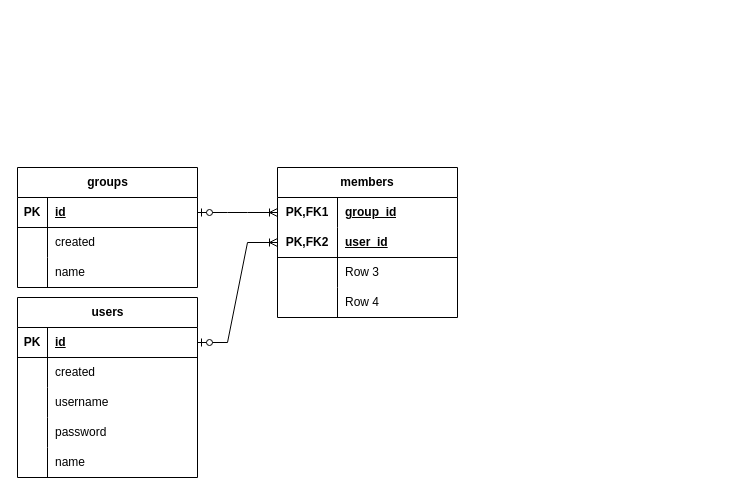
Before: ER.drawio in vovka1200/tpss-plaster, a draw.io diagram. Source tidied: cells renumbered, new cells numbered last; positions are measured from the earlier drawing's top-left corner, leaving out a move shared by most shapes. Both pictures are drawn from the tidied source at 100%, with x=0, y=0 at pixel (17, 167).
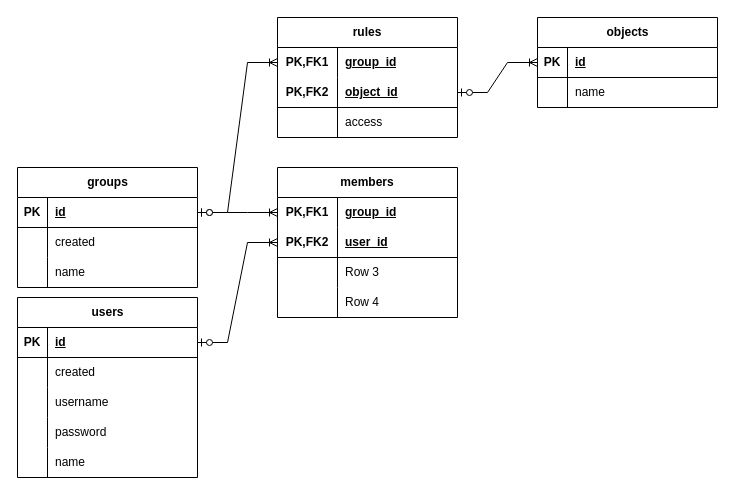
After the change.

Commit message:
ER diagram added tables

Unchanged cells that the change refers to:
```xml
<mxCell id="3" style="shape=tableRow;horizontal=0;startSize=0;swimlaneHead=0;swimlaneBody=0;fillColor=none;points=[[0,0.5],[1,0.5]];portConstraint=eastwest;top=0;left=0;right=0;bottom=0;html=1;" parent="2" vertex="1">
  <mxGeometry y="30" width="180" height="30" as="geometry" />
</mxCell>
<mxCell id="6" style="shape=tableRow;horizontal=0;startSize=0;swimlaneHead=0;swimlaneBody=0;fillColor=none;points=[[0,0.5],[1,0.5]];portConstraint=eastwest;top=0;left=0;right=0;bottom=1;html=1;" parent="2" vertex="1">
  <mxGeometry y="60" width="180" height="30" as="geometry" />
</mxCell>
<mxCell id="16" style="shape=tableRow;horizontal=0;startSize=0;swimlaneHead=0;swimlaneBody=0;fillColor=none;points=[[0,0.5],[1,0.5]];portConstraint=eastwest;top=0;left=0;right=0;bottom=1;" parent="15" vertex="1">
  <mxGeometry y="30" width="180" height="30" as="geometry" />
</mxCell>
<mxCell id="33" style="shape=tableRow;horizontal=0;startSize=0;swimlaneHead=0;swimlaneBody=0;fillColor=none;points=[[0,0.5],[1,0.5]];portConstraint=eastwest;top=0;left=0;right=0;bottom=1;" parent="32" vertex="1">
  <mxGeometry y="30" width="180" height="30" as="geometry" />
</mxCell>
```

Change to the diagram source:
```diff
@@
-    <mxCell id="31" style="edgeStyle=entityRelationEdgeStyle;fontSize=12;html=1;endArrow=ERoneToMany;startArrow=ERzeroToOne;rounded=0;exitX=1;exitY=0.5;exitDx=0;exitDy=0;entryX=0;entryY=0.5;entryDx=0;entryDy=0;" parent="1" edge="1" source="16" target="6">
+    <mxCell id="31" style="edgeStyle=entityRelationEdgeStyle;fontSize=12;html=1;endArrow=ERoneToMany;startArrow=ERzeroToOne;rounded=0;" parent="1" edge="1" source="16" target="6">
       <mxGeometry relative="1" as="geometry" />
     </mxCell>
@@
-    <mxCell id="42" style="edgeStyle=entityRelationEdgeStyle;fontSize=12;html=1;endArrow=ERoneToMany;startArrow=ERzeroToOne;rounded=0;exitX=1;exitY=0.5;exitDx=0;exitDy=0;entryX=0;entryY=0.5;entryDx=0;entryDy=0;" parent="1" edge="1" source="33" target="3">
+    <mxCell id="42" style="edgeStyle=entityRelationEdgeStyle;fontSize=12;html=1;endArrow=ERoneToMany;startArrow=ERzeroToOne;rounded=0;" parent="1" edge="1" source="33" target="3">
       <mxGeometry relative="1" as="geometry" />
     </mxCell>
+    <mxCell id="43" value="objects" style="shape=table;startSize=30;childLayout=tableLayout;rowLines=0;fontStyle=1;align=center;html=1;" parent="1" vertex="1">
+      <mxGeometry x="520" y="-150" width="180" height="90" as="geometry" />
+    </mxCell>
+    <mxCell id="44" style="shape=tableRow;horizontal=0;startSize=0;swimlaneHead=0;swimlaneBody=0;fillColor=none;points=[[0,0.5],[1,0.5]];portConstraint=eastwest;top=0;left=0;right=0;bottom=1;" parent="43" vertex="1">
+      <mxGeometry y="30" width="180" height="30" as="geometry" />
+    </mxCell>
+    <mxCell id="45" value="PK" style="shape=partialRectangle;fillColor=none;top=0;left=0;bottom=0;right=0;fontStyle=1;overflow=hidden;whiteSpace=wrap;html=1;" parent="44" vertex="1">
+      <mxGeometry width="30" height="30" as="geometry" />
+    </mxCell>
+    <mxCell id="46" value="id" style="shape=partialRectangle;fillColor=none;top=0;left=0;bottom=0;right=0;align=left;spacingLeft=6;fontStyle=5;overflow=hidden;whiteSpace=wrap;html=1;" parent="44" vertex="1">
+      <mxGeometry x="30" width="150" height="30" as="geometry" />
+    </mxCell>
+    <mxCell id="47" style="shape=tableRow;horizontal=0;startSize=0;swimlaneHead=0;swimlaneBody=0;fillColor=none;top=0;left=0;right=0;bottom=0;" parent="43" vertex="1">
+      <mxGeometry y="60" width="180" height="30" as="geometry" />
+    </mxCell>
+    <mxCell id="48" style="shape=partialRectangle;fillColor=none;top=0;left=0;bottom=0;right=0;overflow=hidden;whiteSpace=wrap;html=1;" parent="47" vertex="1">
+      <mxGeometry width="30" height="30" as="geometry" />
+    </mxCell>
+    <mxCell id="49" value="name" style="shape=partialRectangle;fillColor=none;top=0;left=0;bottom=0;right=0;align=left;spacingLeft=6;overflow=hidden;whiteSpace=wrap;html=1;" parent="47" vertex="1">
+      <mxGeometry x="30" width="150" height="30" as="geometry" />
+    </mxCell>
+    <mxCell id="50" value="rules" style="shape=table;startSize=30;childLayout=tableLayout;rowLines=0;fontStyle=1;align=center;html=1;whiteSpace=wrap;" parent="1" vertex="1">
+      <mxGeometry x="260" y="-150" width="180" height="120" as="geometry" />
+    </mxCell>
+    <mxCell id="51" style="shape=tableRow;horizontal=0;startSize=0;swimlaneHead=0;swimlaneBody=0;fillColor=none;points=[[0,0.5],[1,0.5]];portConstraint=eastwest;top=0;left=0;right=0;bottom=0;html=1;" parent="50" vertex="1">
+      <mxGeometry y="30" width="180" height="30" as="geometry" />
+    </mxCell>
+    <mxCell id="52" value="PK,FK1" style="shape=partialRectangle;fillColor=none;top=0;left=0;bottom=0;right=0;fontStyle=1;overflow=hidden;html=1;whiteSpace=wrap;" parent="51" vertex="1">
+      <mxGeometry width="60" height="30" as="geometry" />
+    </mxCell>
+    <mxCell id="53" value="group_id" style="shape=partialRectangle;fillColor=none;top=0;left=0;bottom=0;right=0;align=left;spacingLeft=6;fontStyle=5;overflow=hidden;html=1;whiteSpace=wrap;" parent="51" vertex="1">
+      <mxGeometry x="60" width="120" height="30" as="geometry" />
+    </mxCell>
+    <mxCell id="54" style="shape=tableRow;horizontal=0;startSize=0;swimlaneHead=0;swimlaneBody=0;fillColor=none;points=[[0,0.5],[1,0.5]];portConstraint=eastwest;top=0;left=0;right=0;bottom=1;html=1;" parent="50" vertex="1">
+      <mxGeometry y="60" width="180" height="30" as="geometry" />
+    </mxCell>
+    <mxCell id="55" value="PK,FK2" style="shape=partialRectangle;fillColor=none;top=0;left=0;bottom=0;right=0;fontStyle=1;overflow=hidden;html=1;whiteSpace=wrap;" parent="54" vertex="1">
+      <mxGeometry width="60" height="30" as="geometry" />
+    </mxCell>
+    <mxCell id="56" value="object_id" style="shape=partialRectangle;fillColor=none;top=0;left=0;bottom=0;right=0;align=left;spacingLeft=6;fontStyle=5;overflow=hidden;html=1;whiteSpace=wrap;" parent="54" vertex="1">
+      <mxGeometry x="60" width="120" height="30" as="geometry" />
+    </mxCell>
+    <mxCell id="57" style="shape=tableRow;horizontal=0;startSize=0;swimlaneHead=0;swimlaneBody=0;fillColor=none;top=0;left=0;right=0;bottom=0;html=1;" parent="50" vertex="1">
+      <mxGeometry y="90" width="180" height="30" as="geometry" />
+    </mxCell>
+    <mxCell id="58" style="shape=partialRectangle;fillColor=none;top=0;left=0;bottom=0;right=0;overflow=hidden;html=1;whiteSpace=wrap;" parent="57" vertex="1">
+      <mxGeometry width="60" height="30" as="geometry" />
+    </mxCell>
+    <mxCell id="59" value="access" style="shape=partialRectangle;fillColor=none;top=0;left=0;bottom=0;right=0;align=left;spacingLeft=6;overflow=hidden;html=1;whiteSpace=wrap;" parent="57" vertex="1">
+      <mxGeometry x="60" width="120" height="30" as="geometry" />
+    </mxCell>
+    <mxCell id="60" style="edgeStyle=entityRelationEdgeStyle;fontSize=12;html=1;endArrow=ERoneToMany;startArrow=ERzeroToOne;rounded=0;" parent="1" edge="1" source="33" target="51">
+      <mxGeometry relative="1" as="geometry" />
+    </mxCell>
+    <mxCell id="61" style="edgeStyle=entityRelationEdgeStyle;fontSize=12;html=1;endArrow=ERoneToMany;startArrow=ERzeroToOne;rounded=0;" parent="1" edge="1" source="54" target="44">
+      <mxGeometry relative="1" as="geometry" />
+    </mxCell>
```
